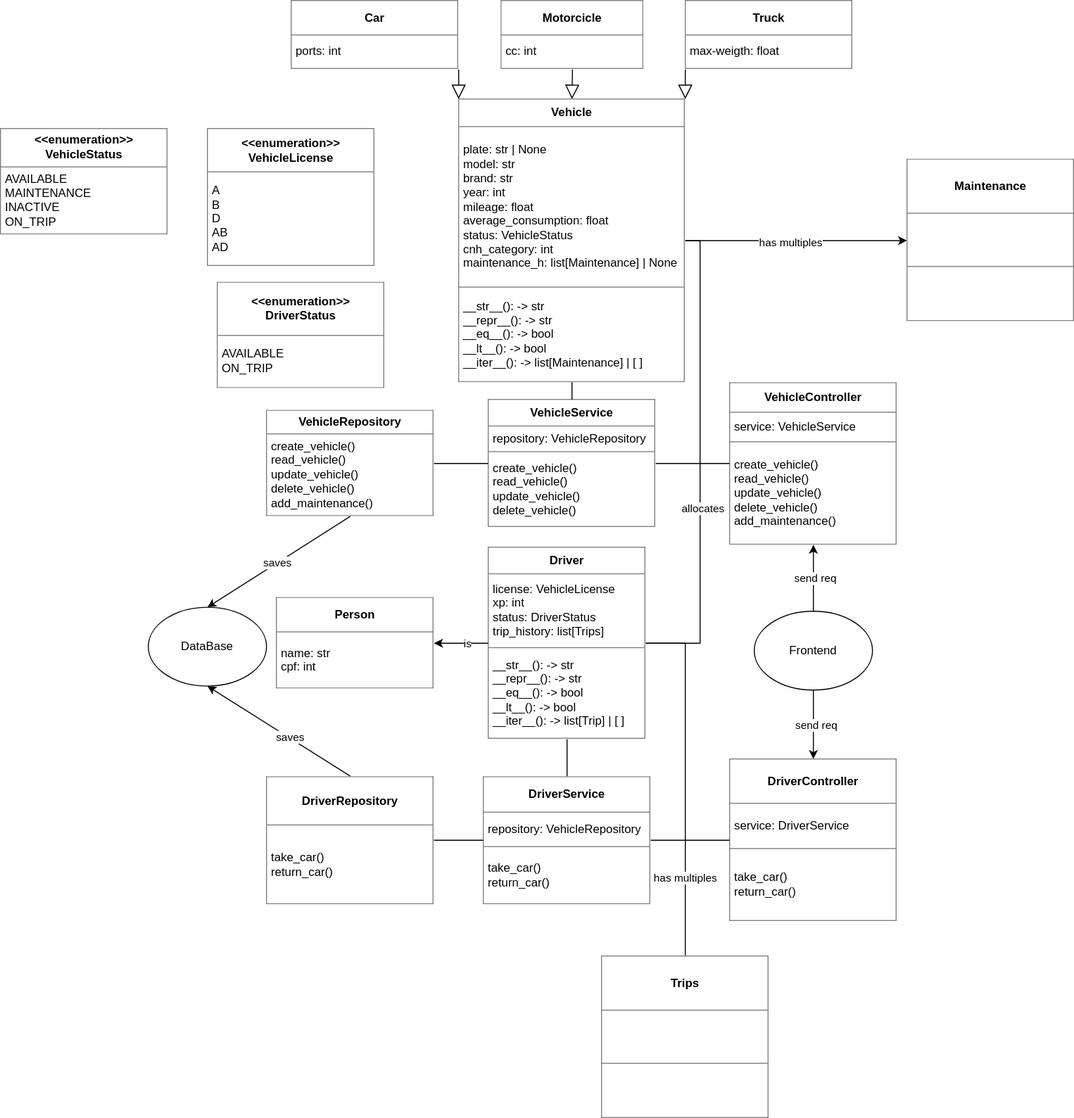
Above: docs/UML.drawio.svg in TocaiaLd/vfms (draw.io), before the change. Source tidied: cells renumbered, new cells last; positions are measured from the earlier drawing's top-left corner, leaving out a move shared by most shapes.
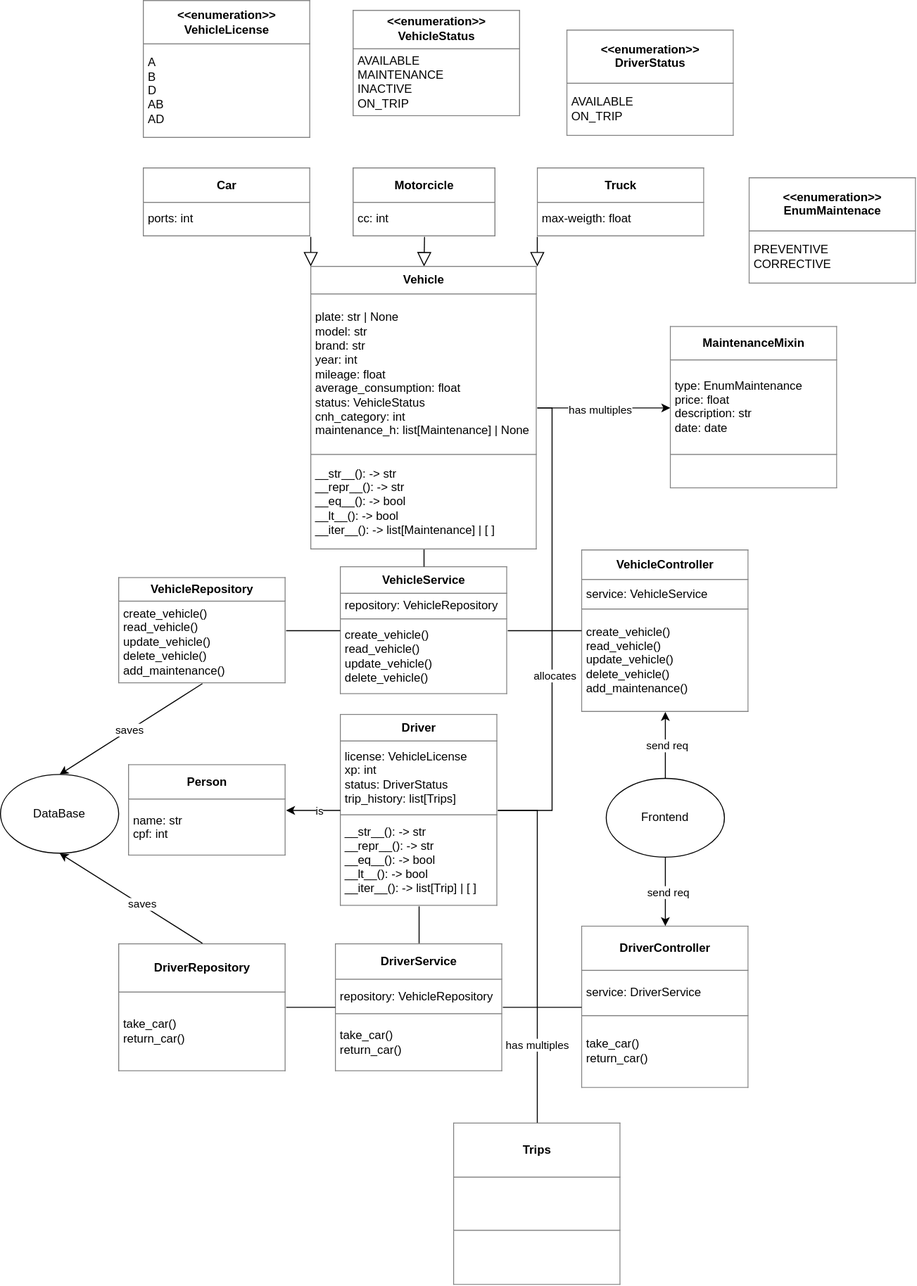
After the change.

Commit message:
second deliverable

Diff of the diagram source:
```diff
@@ -21,7 +21,7 @@
       <mxGeometry x="465" y="100" width="230" height="287.5" as="geometry" />
     </mxCell>
     <mxCell id="8" value="&lt;table border=&quot;1&quot; width=&quot;100%&quot; height=&quot;100%&quot; cellpadding=&quot;4&quot; style=&quot;width:100%;height:100%;border-collapse:collapse;&quot;&gt;&lt;tbody&gt;&lt;tr&gt;&lt;th align=&quot;center&quot;&gt;&amp;lt;&amp;lt;enumeration&amp;gt;&amp;gt;&lt;br&gt;VehicleStatus&lt;/th&gt;&lt;/tr&gt;&lt;tr&gt;&lt;td&gt;AVAILABLE&lt;br&gt;MAINTENANCE&lt;br&gt;INACTIVE&lt;br&gt;ON_TRIP&lt;/td&gt;&lt;/tr&gt;&lt;/tbody&gt;&lt;/table&gt;" style="text;html=1;whiteSpace=wrap;strokeColor=none;fillColor=none;overflow=fill;" parent="1" vertex="1">
-      <mxGeometry y="130" width="170" height="107.5" as="geometry" />
+      <mxGeometry x="508" y="-160" width="170" height="107.5" as="geometry" />
     </mxCell>
     <mxCell id="9" value="&lt;table border=&quot;1&quot; width=&quot;100%&quot; height=&quot;100%&quot; cellpadding=&quot;4&quot; style=&quot;width:100%;height:100%;border-collapse:collapse;&quot;&gt;&lt;tbody&gt;&lt;tr&gt;&lt;th align=&quot;center&quot;&gt;Car&lt;/th&gt;&lt;/tr&gt;&lt;tr&gt;&lt;td&gt;ports: int&lt;br&gt;&lt;/td&gt;&lt;/tr&gt;&lt;/tbody&gt;&lt;/table&gt;" style="text;html=1;whiteSpace=wrap;strokeColor=none;fillColor=none;overflow=fill;" parent="1" vertex="1">
       <mxGeometry x="295" width="170" height="70" as="geometry" />
@@ -112,8 +112,8 @@
     <mxCell id="36" value="has multiples" style="edgeLabel;html=1;align=center;verticalAlign=middle;" parent="35" vertex="1">
       <mxGeometry x="-0.06" y="-2" relative="1" as="geometry" />
     </mxCell>
-    <mxCell id="37" value="&lt;table border=&quot;1&quot; width=&quot;100%&quot; height=&quot;100%&quot; cellpadding=&quot;4&quot; style=&quot;width:100%;height:100%;border-collapse:collapse;&quot;&gt;&lt;tbody&gt;&lt;tr&gt;&lt;th align=&quot;center&quot;&gt;Maintenance&lt;/th&gt;&lt;/tr&gt;&lt;tr&gt;&lt;td&gt;&lt;br&gt;&lt;/td&gt;&lt;/tr&gt;&lt;tr&gt;&lt;td&gt;&lt;br&gt;&lt;/td&gt;&lt;/tr&gt;&lt;/tbody&gt;&lt;/table&gt;" style="text;html=1;whiteSpace=wrap;strokeColor=none;fillColor=none;overflow=fill;" parent="1" vertex="1">
-      <mxGeometry x="920" y="161.2" width="170" height="165" as="geometry" />
+    <mxCell id="37" value="&lt;table border=&quot;1&quot; width=&quot;100%&quot; height=&quot;100%&quot; cellpadding=&quot;4&quot; style=&quot;width:100%;height:100%;border-collapse:collapse;&quot;&gt;&lt;tbody&gt;&lt;tr&gt;&lt;th align=&quot;center&quot;&gt;MaintenanceMixin&lt;/th&gt;&lt;/tr&gt;&lt;tr&gt;&lt;td&gt;type: EnumMaintenance&lt;br&gt;price: float&lt;br&gt;description: str&lt;br&gt;date: date&lt;/td&gt;&lt;/tr&gt;&lt;tr&gt;&lt;td&gt;&lt;br&gt;&lt;/td&gt;&lt;/tr&gt;&lt;/tbody&gt;&lt;/table&gt;" style="text;html=1;whiteSpace=wrap;strokeColor=none;fillColor=none;overflow=fill;" parent="1" vertex="1">
+      <mxGeometry x="830" y="161.2" width="170" height="165" as="geometry" />
     </mxCell>
     <mxCell id="38" value="&lt;table border=&quot;1&quot; width=&quot;100%&quot; height=&quot;100%&quot; cellpadding=&quot;4&quot; style=&quot;width:100%;height:100%;border-collapse:collapse;&quot;&gt;&lt;tbody&gt;&lt;tr&gt;&lt;th align=&quot;center&quot;&gt;Person&lt;/th&gt;&lt;/tr&gt;&lt;tr&gt;&lt;td&gt;name: str&lt;br&gt;cpf: int&lt;br&gt;&lt;/td&gt;&lt;/tr&gt;&lt;/tbody&gt;&lt;/table&gt;" style="text;html=1;whiteSpace=wrap;strokeColor=none;fillColor=none;overflow=fill;" parent="1" vertex="1">
       <mxGeometry x="280" y="606.2" width="160" height="92.5" as="geometry" />
@@ -138,10 +138,13 @@
       <mxGeometry x="610" y="970" width="170" height="165" as="geometry" />
     </mxCell>
     <mxCell id="44" value="&lt;table border=&quot;1&quot; width=&quot;100%&quot; height=&quot;100%&quot; cellpadding=&quot;4&quot; style=&quot;width:100%;height:100%;border-collapse:collapse;&quot;&gt;&lt;tbody&gt;&lt;tr&gt;&lt;th align=&quot;center&quot;&gt;&amp;lt;&amp;lt;enumeration&amp;gt;&amp;gt;&lt;br&gt;VehicleLicense&lt;/th&gt;&lt;/tr&gt;&lt;tr&gt;&lt;td&gt;A&lt;br&gt;B&lt;br&gt;D&lt;br&gt;AB&lt;br&gt;AD&lt;/td&gt;&lt;/tr&gt;&lt;/tbody&gt;&lt;/table&gt;" style="text;html=1;whiteSpace=wrap;strokeColor=none;fillColor=none;overflow=fill;" parent="1" vertex="1">
-      <mxGeometry x="210" y="130" width="170" height="140" as="geometry" />
+      <mxGeometry x="295" y="-170" width="170" height="140" as="geometry" />
     </mxCell>
     <mxCell id="45" value="&lt;table border=&quot;1&quot; width=&quot;100%&quot; height=&quot;100%&quot; cellpadding=&quot;4&quot; style=&quot;width:100%;height:100%;border-collapse:collapse;&quot;&gt;&lt;tbody&gt;&lt;tr&gt;&lt;th align=&quot;center&quot;&gt;&amp;lt;&amp;lt;enumeration&amp;gt;&amp;gt;&lt;br&gt;DriverStatus&lt;/th&gt;&lt;/tr&gt;&lt;tr&gt;&lt;td&gt;AVAILABLE&lt;br&gt;ON_TRIP&lt;/td&gt;&lt;/tr&gt;&lt;/tbody&gt;&lt;/table&gt;" style="text;html=1;whiteSpace=wrap;strokeColor=none;fillColor=none;overflow=fill;" parent="1" vertex="1">
-      <mxGeometry x="220" y="286" width="170" height="107.5" as="geometry" />
+      <mxGeometry x="725" y="-140" width="170" height="107.5" as="geometry" />
     </mxCell>
+    <mxCell id="46" value="&lt;table border=&quot;1&quot; width=&quot;100%&quot; height=&quot;100%&quot; cellpadding=&quot;4&quot; style=&quot;width:100%;height:100%;border-collapse:collapse;&quot;&gt;&lt;tbody&gt;&lt;tr&gt;&lt;th align=&quot;center&quot;&gt;&amp;lt;&amp;lt;enumeration&amp;gt;&amp;gt;&lt;br&gt;EnumMaintenace&lt;/th&gt;&lt;/tr&gt;&lt;tr&gt;&lt;td&gt;PREVENTIVE&lt;br&gt;CORRECTIVE&lt;/td&gt;&lt;/tr&gt;&lt;/tbody&gt;&lt;/table&gt;" style="text;html=1;whiteSpace=wrap;strokeColor=none;fillColor=none;overflow=fill;" parent="1" vertex="1">
+      <mxGeometry x="910" y="10" width="170" height="107.5" as="geometry" />
+    </mxCell>
   </root>
 </mxGraphModel>
```
